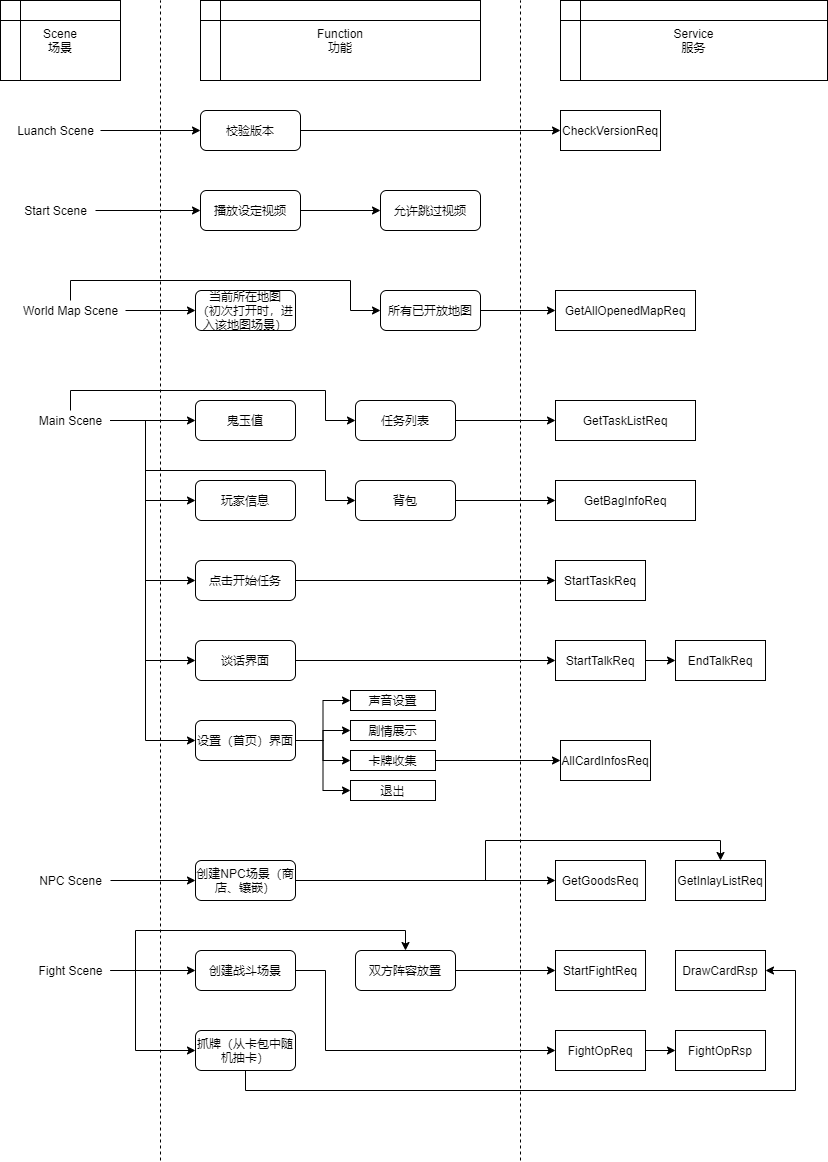
JDreamHeart/DailyCodes keeps this draw.io diagram as flowsheet/drawio/LOGC/stages_v2.drawio.png. Above is the earlier version. Source tidied: cells renumbered, new cells last; positions are measured from the earlier drawing's top-left corner, leaving out a move shared by most shapes.
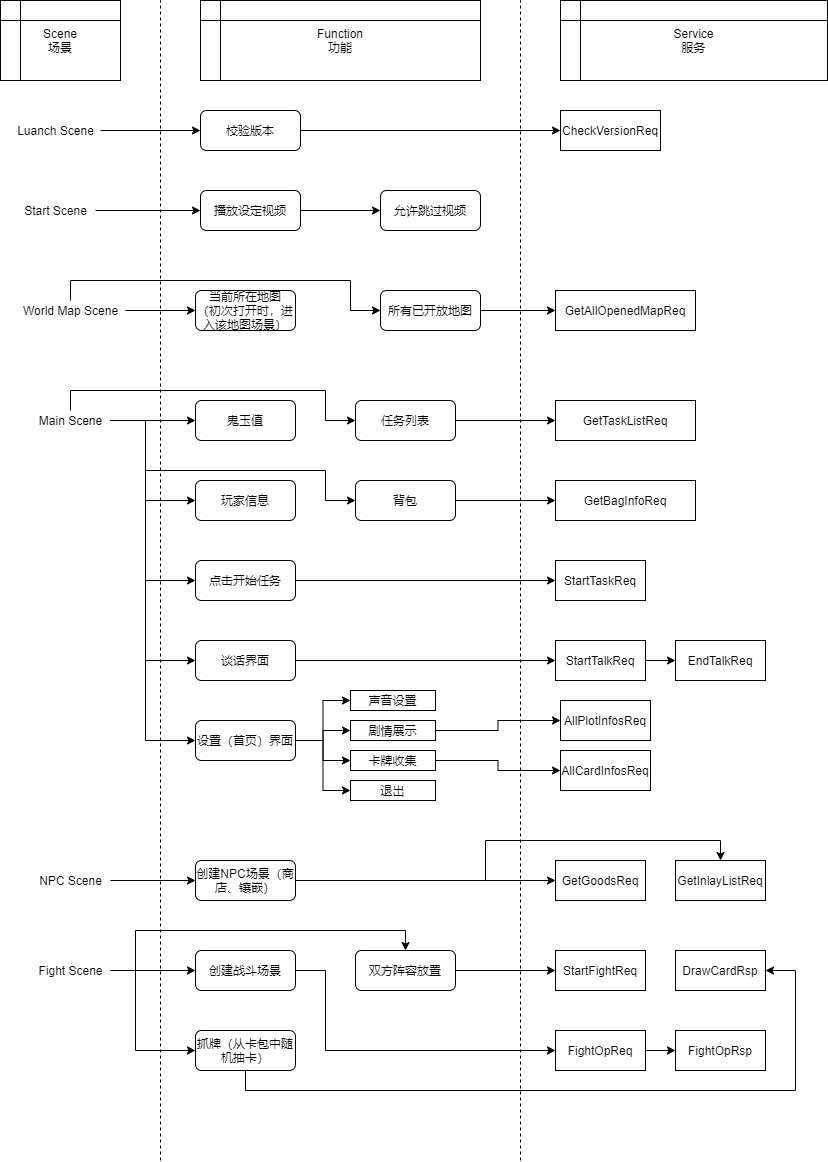
Later version of the same file.

What changed in the source:
```diff
@@ -291,6 +291,9 @@
     <mxCell id="75" value="声音设置" style="rounded=0;whiteSpace=wrap;html=1;" parent="1" vertex="1">
       <mxGeometry x="350" y="690" width="85" height="20" as="geometry" />
     </mxCell>
+    <mxCell id="81" style="edgeStyle=orthogonalEdgeStyle;rounded=0;jettySize=auto;html=1;entryX=0;entryY=0.5;entryDx=0;entryDy=0;" parent="1" edge="1" source="76" target="82">
+      <mxGeometry relative="1" as="geometry" />
+    </mxCell>
     <mxCell id="76" value="剧情展示" style="rounded=0;whiteSpace=wrap;html=1;" parent="1" vertex="1">
       <mxGeometry x="350" y="720" width="85" height="20" as="geometry" />
     </mxCell>
@@ -304,7 +307,10 @@
       <mxGeometry x="350" y="780" width="85" height="20" as="geometry" />
     </mxCell>
     <mxCell id="80" value="AllCardInfosReq" style="rounded=0;whiteSpace=wrap;html=1;" parent="1" vertex="1">
-      <mxGeometry x="560" y="740" width="90" height="40" as="geometry" />
+      <mxGeometry x="560" y="750" width="90" height="40" as="geometry" />
     </mxCell>
+    <mxCell id="82" value="AllPlotInfosReq" style="rounded=0;whiteSpace=wrap;html=1;" parent="1" vertex="1">
+      <mxGeometry x="560" y="700" width="90" height="40" as="geometry" />
+    </mxCell>
   </root>
 </mxGraphModel>
```
